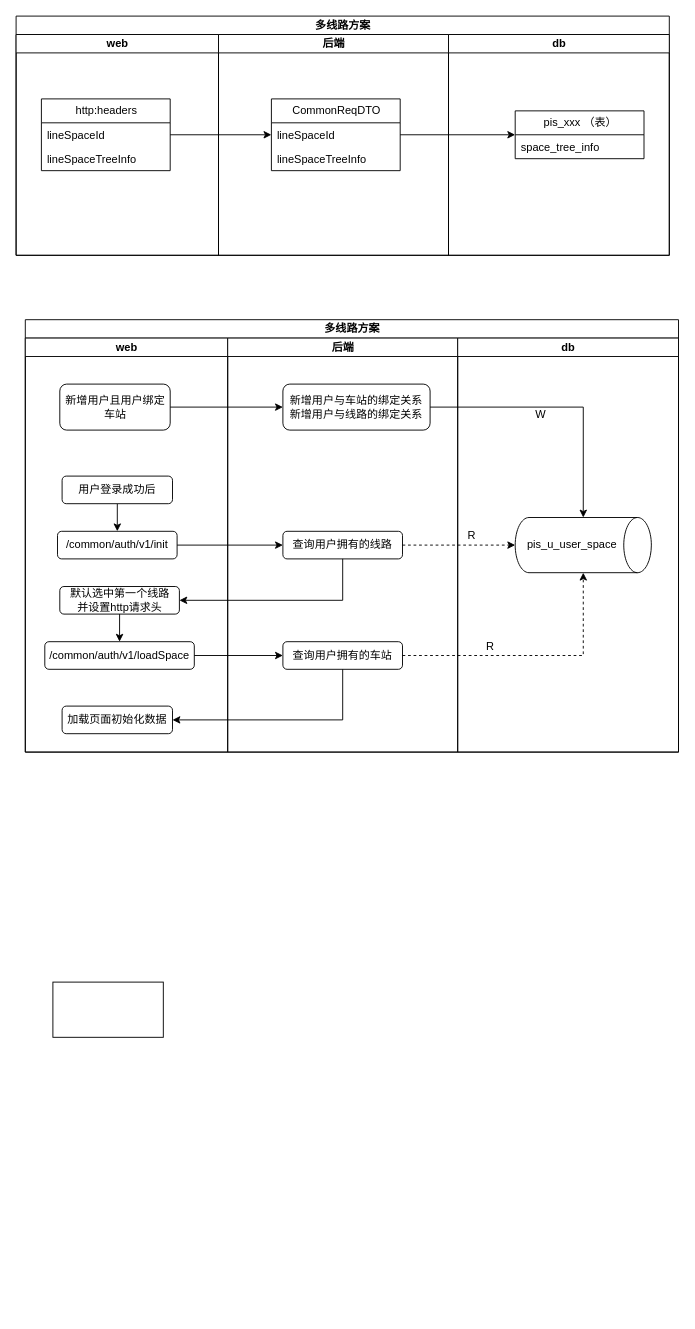
The draw.io diagram yzs/PIS服务器部署.drawio in yanglei1992/documents, before the edit. Source tidied: cells renumbered, new cells numbered last; positions are measured from the earlier drawing's top-left corner, leaving out a move shared by most shapes. Both pictures are drawn from the tidied source at 92%, with x=0, y=0 at pixel (16, 16).
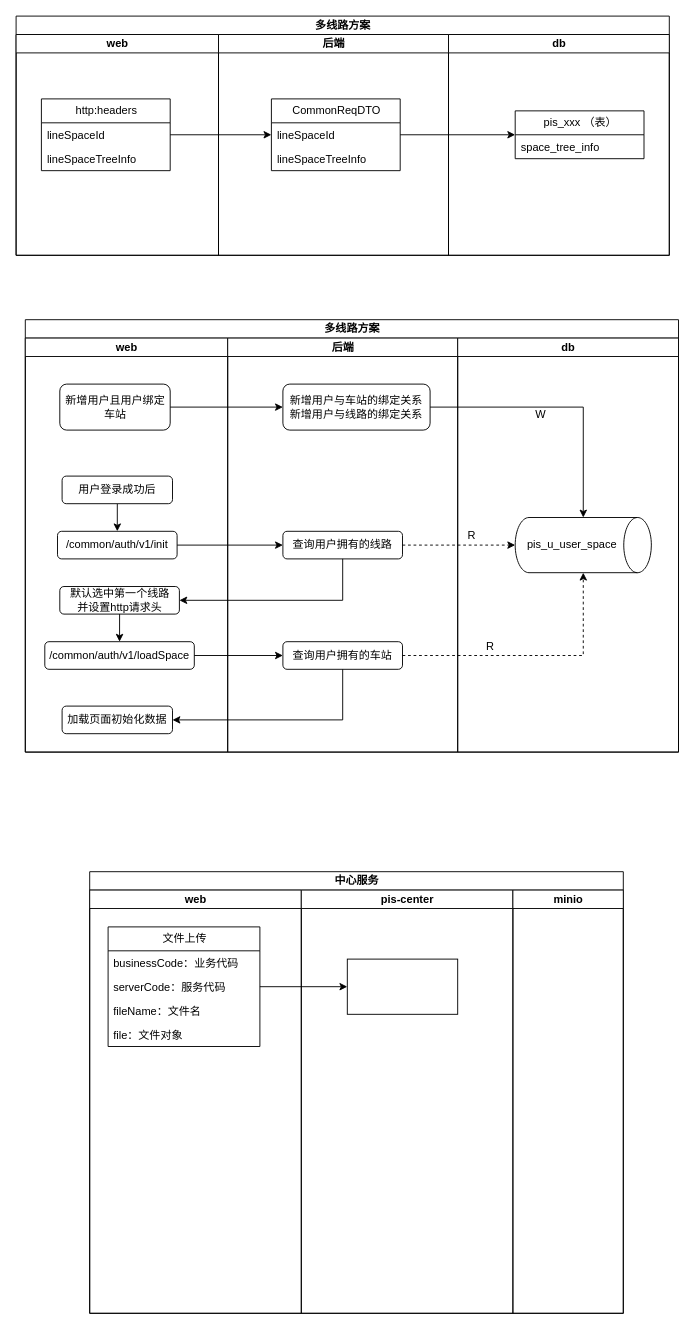
The same page after the edit.

Commit message:
更新PIS服务器部署.drawio

The edit, as a diff of the source:
```diff
@@
-    <mxCell id="43" style="rounded=0;whiteSpace=wrap;html=1;" parent="1" vertex="1">
-      <mxGeometry x="40" y="1050" width="120" height="60" as="geometry" />
-    </mxCell>
+    <mxCell id="44" value="中心服务" style="swimlane;startSize=20;html=1;" parent="1" vertex="1">
+      <mxGeometry x="80" y="930" width="580" height="480" as="geometry" />
+    </mxCell>
+    <mxCell id="45" value="web" style="swimlane;startSize=20;html=1;" parent="44" vertex="1">
+      <mxGeometry y="20" width="230" height="460" as="geometry" />
+    </mxCell>
+    <mxCell id="46" value="文件上传" style="swimlane;fontStyle=0;horizontal=1;startSize=26;fillColor=none;html=1;" parent="45" vertex="1">
+      <mxGeometry x="20" y="40" width="165" height="130" as="geometry" />
+    </mxCell>
+    <mxCell id="47" value="businessCode：业务代码" style="text;strokeColor=none;fillColor=none;align=left;verticalAlign=top;spacingLeft=4;spacingRight=4;overflow=hidden;whiteSpace=wrap;html=1;" parent="46" vertex="1">
+      <mxGeometry y="26" width="165" height="26" as="geometry" />
+    </mxCell>
+    <mxCell id="48" value="serverCode：服务代码" style="text;strokeColor=none;fillColor=none;align=left;verticalAlign=top;spacingLeft=4;spacingRight=4;overflow=hidden;points=[[0,0.5],[1,0.5]];portConstraint=eastwest;whiteSpace=wrap;html=1;" parent="46" vertex="1">
+      <mxGeometry y="52" width="165" height="26" as="geometry" />
+    </mxCell>
+    <mxCell id="49" value="fileName：文件名" style="text;strokeColor=none;fillColor=none;align=left;verticalAlign=top;spacingLeft=4;spacingRight=4;overflow=hidden;whiteSpace=wrap;html=1;" parent="46" vertex="1">
+      <mxGeometry y="78" width="165" height="26" as="geometry" />
+    </mxCell>
+    <mxCell id="50" value="file：文件对象" style="text;strokeColor=none;fillColor=none;align=left;verticalAlign=top;spacingLeft=4;spacingRight=4;overflow=hidden;whiteSpace=wrap;html=1;" parent="46" vertex="1">
+      <mxGeometry y="104" width="165" height="26" as="geometry" />
+    </mxCell>
+    <mxCell id="51" value="pis-center" style="swimlane;startSize=20;html=1;" parent="44" vertex="1">
+      <mxGeometry x="230" y="20" width="230" height="460" as="geometry" />
+    </mxCell>
+    <mxCell id="52" style="rounded=0;whiteSpace=wrap;html=1;" parent="51" vertex="1">
+      <mxGeometry x="50" y="75" width="120" height="60" as="geometry" />
+    </mxCell>
+    <mxCell id="53" value="minio" style="swimlane;startSize=20;html=1;" parent="44" vertex="1">
+      <mxGeometry x="460" y="20" width="120" height="460" as="geometry" />
+    </mxCell>
+    <mxCell id="54" style="edgeStyle=orthogonalEdgeStyle;rounded=0;jettySize=auto;html=1;exitX=1;exitY=0.5;exitDx=0;exitDy=0;" parent="44" edge="1" source="48" target="52">
+      <mxGeometry relative="1" as="geometry" />
+    </mxCell>
```
